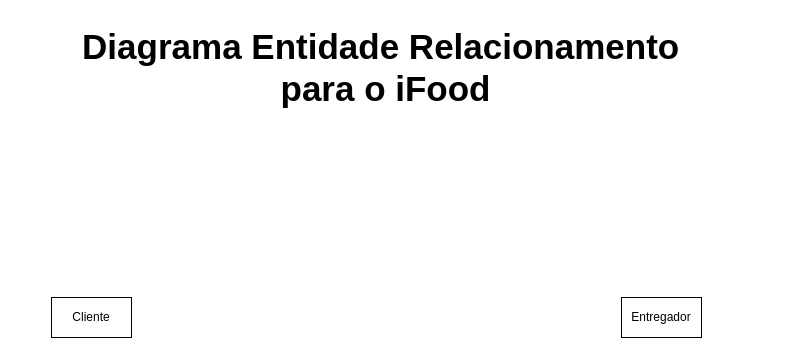
Above: Primeiro_Semestre/Engenharia_de_Software/Atividade_de_diagramas/diagrama_de_entidade_relacionamento.drawio in Edu1Sinico/Projetos_ADSN_Einstein (draw.io), before the change. Source tidied: cells renumbered, new cells numbered last; positions are measured from the earlier drawing's top-left corner, leaving out a move shared by most shapes. Both pictures are drawn from the tidied source at 100%, with x=0, y=0 at pixel (17, 17).
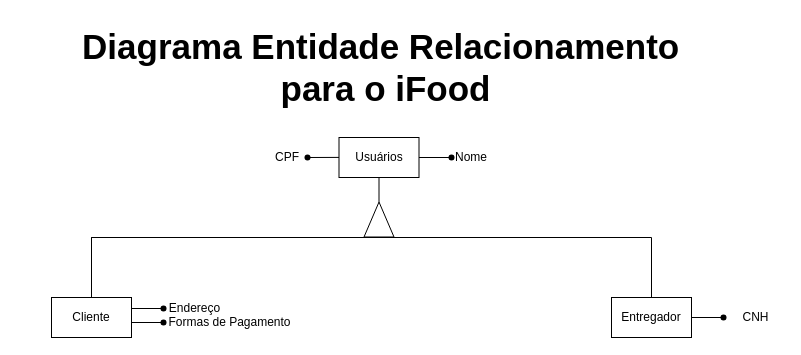
The same page after the edit.

Unchanged cells that the change refers to:
```xml
<mxCell id="3" value="Cliente" style="rounded=0;whiteSpace=wrap;html=1;" parent="1" vertex="1">
  <mxGeometry x="34" y="280" width="80" height="40" as="geometry" />
</mxCell>
```

The edit, as a diff of the source:
```diff
@@
     <mxCell id="4" value="Entregador" style="rounded=0;whiteSpace=wrap;html=1;" parent="1" vertex="1">
-      <mxGeometry x="604" y="280" width="80" height="40" as="geometry" />
+      <mxGeometry x="594" y="280" width="80" height="40" as="geometry" />
     </mxCell>
+    <mxCell id="5" value="Usuários" style="rounded=0;whiteSpace=wrap;html=1;" parent="1" vertex="1">
+      <mxGeometry x="321.5" y="120" width="80" height="40" as="geometry" />
+    </mxCell>
+    <mxCell id="6" style="endArrow=none;html=1;rounded=0;exitX=0.5;exitY=0;exitDx=0;exitDy=0;" parent="1" edge="1" source="3">
+      <mxGeometry relative="1" as="geometry">
+        <mxPoint x="74" y="220" as="targetPoint" />
+      </mxGeometry>
+    </mxCell>
+    <mxCell id="7" style="endArrow=none;html=1;rounded=0;exitX=0.5;exitY=0;exitDx=0;exitDy=0;" parent="1" edge="1" source="4">
+      <mxGeometry relative="1" as="geometry">
+        <mxPoint x="634" y="220" as="targetPoint" />
+      </mxGeometry>
+    </mxCell>
+    <mxCell id="8" style="endArrow=none;html=1;rounded=0;exitX=0.5;exitY=0;exitDx=0;exitDy=0;" parent="1" edge="1">
+      <mxGeometry relative="1" as="geometry">
+        <mxPoint x="74" y="280" as="sourcePoint" />
+        <mxPoint x="74" y="220" as="targetPoint" />
+      </mxGeometry>
+    </mxCell>
+    <mxCell id="9" style="endArrow=none;html=1;rounded=0;exitX=0.5;exitY=0;exitDx=0;exitDy=0;" parent="1" edge="1">
+      <mxGeometry relative="1" as="geometry">
+        <mxPoint x="74" y="280" as="sourcePoint" />
+        <mxPoint x="74" y="220" as="targetPoint" />
+      </mxGeometry>
+    </mxCell>
+    <mxCell id="10" style="endArrow=none;html=1;rounded=0;" parent="1" edge="1">
+      <mxGeometry relative="1" as="geometry">
+        <mxPoint x="634" y="220" as="sourcePoint" />
+        <mxPoint x="74" y="220" as="targetPoint" />
+      </mxGeometry>
+    </mxCell>
+    <mxCell id="11" style="triangle;whiteSpace=wrap;html=1;rotation=-90;" parent="1" vertex="1">
+      <mxGeometry x="344" y="187" width="35" height="30" as="geometry" />
+    </mxCell>
+    <mxCell id="12" style="endArrow=none;html=1;rounded=0;exitX=1;exitY=0.5;exitDx=0;exitDy=0;entryX=0.5;entryY=1;entryDx=0;entryDy=0;" parent="1" edge="1" source="11" target="5">
+      <mxGeometry relative="1" as="geometry" />
+    </mxCell>
+    <mxCell id="13" style="endArrow=none;html=1;rounded=0;entryX=1;entryY=0.5;entryDx=0;entryDy=0;" parent="1" edge="1" target="5">
+      <mxGeometry relative="1" as="geometry">
+        <mxPoint x="434" y="140" as="sourcePoint" />
+      </mxGeometry>
+    </mxCell>
+    <mxCell id="14" value="Nome" style="text;html=1;align=center;verticalAlign=middle;whiteSpace=wrap;rounded=0;" parent="1" vertex="1">
+      <mxGeometry x="434" y="125" width="40" height="30" as="geometry" />
+    </mxCell>
+    <mxCell id="15" style="group;" parent="1" vertex="1">
+      <mxGeometry x="424" y="130" width="20" height="20" as="geometry" />
+    </mxCell>
+    <mxCell id="16" style="shape=waypoint;sketch=0;fillStyle=solid;size=6;fillColor=none;perimeter=centerPerimeter;strokeColor=default;" parent="15" vertex="1">
+      <mxGeometry width="20" height="20" as="geometry" />
+    </mxCell>
+    <mxCell id="17" style="shape=waypoint;sketch=0;fillStyle=solid;size=6;fillColor=none;perimeter=centerPerimeter;strokeColor=light-dark(#000000,#000000);strokeWidth=0.5;" parent="15" vertex="1">
+      <mxGeometry width="20" height="20" as="geometry" />
+    </mxCell>
+    <mxCell id="18" style="endArrow=none;html=1;rounded=0;entryX=1;entryY=0.5;entryDx=0;entryDy=0;" parent="1" edge="1" source="20">
+      <mxGeometry relative="1" as="geometry">
+        <mxPoint x="289.5" y="139.9" as="targetPoint" />
+      </mxGeometry>
+    </mxCell>
+    <mxCell id="19" style="endArrow=none;html=1;rounded=0;entryDx=0;entryDy=0;" parent="1" edge="1" target="20">
+      <mxGeometry relative="1" as="geometry">
+        <mxPoint x="321.5" y="139.9" as="sourcePoint" />
+      </mxGeometry>
+    </mxCell>
+    <mxCell id="20" style="shape=waypoint;sketch=0;fillStyle=solid;size=6;points=[];fillColor=none;perimeter=centerPerimeter;snapToPoint=1;strokeColor=default;" parent="1" vertex="1">
+      <mxGeometry x="280" y="130" width="20" height="20" as="geometry" />
+    </mxCell>
+    <mxCell id="21" value="CPF" style="text;html=1;align=center;verticalAlign=middle;whiteSpace=wrap;rounded=0;" parent="1" vertex="1">
+      <mxGeometry x="250" y="125" width="40" height="30" as="geometry" />
+    </mxCell>
+    <mxCell id="22" style="endArrow=none;html=1;rounded=0;entryX=1;entryY=0.5;entryDx=0;entryDy=0;" parent="1" edge="1">
+      <mxGeometry relative="1" as="geometry">
+        <mxPoint x="146" y="291" as="sourcePoint" />
+        <mxPoint x="114" y="291" as="targetPoint" />
+      </mxGeometry>
+    </mxCell>
+    <mxCell id="23" style="group;" parent="1" vertex="1">
+      <mxGeometry x="136" y="281" width="20" height="20" as="geometry" />
+    </mxCell>
+    <mxCell id="24" style="shape=waypoint;sketch=0;fillStyle=solid;size=6;fillColor=none;perimeter=centerPerimeter;strokeColor=default;" parent="23" vertex="1">
+      <mxGeometry width="20" height="20" as="geometry" />
+    </mxCell>
+    <mxCell id="25" style="shape=waypoint;sketch=0;fillStyle=solid;size=6;fillColor=none;perimeter=centerPerimeter;strokeColor=light-dark(#000000,#000000);strokeWidth=0.5;" parent="23" vertex="1">
+      <mxGeometry width="20" height="20" as="geometry" />
+    </mxCell>
+    <mxCell id="26" value="Endereço" style="text;html=1;align=center;verticalAlign=middle;whiteSpace=wrap;rounded=0;" parent="1" vertex="1">
+      <mxGeometry x="149" y="276" width="57" height="30" as="geometry" />
+    </mxCell>
+    <mxCell id="27" style="endArrow=none;html=1;rounded=0;entryX=1;entryY=0.5;entryDx=0;entryDy=0;" parent="1" edge="1">
+      <mxGeometry relative="1" as="geometry">
+        <mxPoint x="146" y="305" as="sourcePoint" />
+        <mxPoint x="114" y="305" as="targetPoint" />
+      </mxGeometry>
+    </mxCell>
+    <mxCell id="28" value="Formas de Pagamento" style="text;html=1;align=center;verticalAlign=middle;whiteSpace=wrap;rounded=0;" parent="1" vertex="1">
+      <mxGeometry x="145" y="290" width="135" height="30" as="geometry" />
+    </mxCell>
+    <mxCell id="29" style="group;" parent="1" vertex="1">
+      <mxGeometry x="136" y="295" width="20" height="20" as="geometry" />
+    </mxCell>
+    <mxCell id="30" style="shape=waypoint;sketch=0;fillStyle=solid;size=6;fillColor=none;perimeter=centerPerimeter;strokeColor=default;" parent="29" vertex="1">
+      <mxGeometry width="20" height="20" as="geometry" />
+    </mxCell>
+    <mxCell id="31" style="shape=waypoint;sketch=0;fillStyle=solid;size=6;fillColor=none;perimeter=centerPerimeter;strokeColor=light-dark(#000000,#000000);strokeWidth=0.5;" parent="29" vertex="1">
+      <mxGeometry width="20" height="20" as="geometry" />
+    </mxCell>
+    <mxCell id="32" style="endArrow=none;html=1;rounded=0;entryX=1;entryY=0.5;entryDx=0;entryDy=0;" parent="1" edge="1">
+      <mxGeometry relative="1" as="geometry">
+        <mxPoint x="706" y="300" as="sourcePoint" />
+        <mxPoint x="674" y="300" as="targetPoint" />
+      </mxGeometry>
+    </mxCell>
+    <mxCell id="33" style="group;" parent="1" vertex="1">
+      <mxGeometry x="696" y="290" width="20" height="20" as="geometry" />
+    </mxCell>
+    <mxCell id="34" style="shape=waypoint;sketch=0;fillStyle=solid;size=6;fillColor=none;perimeter=centerPerimeter;strokeColor=default;" parent="33" vertex="1">
+      <mxGeometry width="20" height="20" as="geometry" />
+    </mxCell>
+    <mxCell id="35" style="shape=waypoint;sketch=0;fillStyle=solid;size=6;fillColor=none;perimeter=centerPerimeter;strokeColor=light-dark(#000000,#000000);strokeWidth=0.5;" parent="33" vertex="1">
+      <mxGeometry width="20" height="20" as="geometry" />
+    </mxCell>
+    <mxCell id="36" value="CNH" style="text;html=1;align=center;verticalAlign=middle;whiteSpace=wrap;rounded=0;" parent="1" vertex="1">
+      <mxGeometry x="710" y="285" width="57" height="30" as="geometry" />
+    </mxCell>
```
